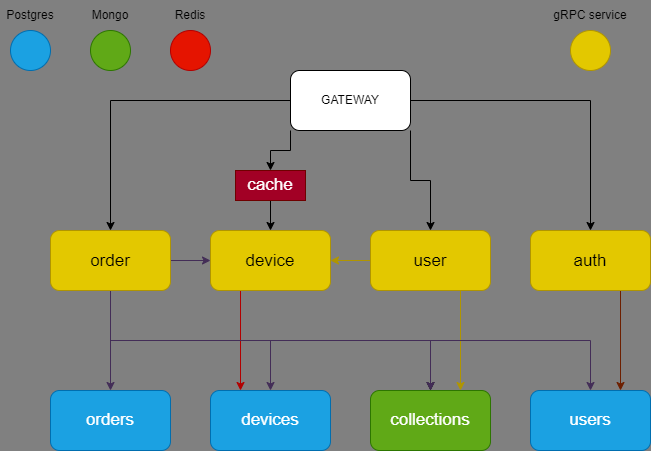
This is docs/schema.png from alserov/device-shop, a draw.io export, as it was before one commit. Source tidied: cells renumbered, new cells last; positions are measured from the earlier drawing's top-left corner, leaving out a move shared by most shapes.
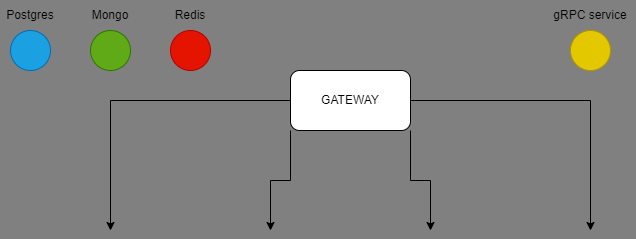
Above is the later version.

Diff of the diagram source:
```diff
@@ -2,17 +2,25 @@
   <root>
     <mxCell id="0" />
     <mxCell id="1" parent="0" />
-    <mxCell id="2" style="edgeStyle=orthogonalEdgeStyle;rounded=0;jettySize=auto;html=1;exitX=0;exitY=0.5;exitDx=0;exitDy=0;entryX=0.5;entryY=0;entryDx=0;entryDy=0;fontSize=17;" parent="1" edge="1" source="6" target="28">
-      <mxGeometry relative="1" as="geometry" />
+    <mxCell id="2" style="edgeStyle=orthogonalEdgeStyle;rounded=0;jettySize=auto;html=1;exitX=0;exitY=0.5;exitDx=0;exitDy=0;entryX=0.5;entryY=0;entryDx=0;entryDy=0;fontSize=17;" parent="1" edge="1" source="6">
+      <mxGeometry relative="1" as="geometry">
+        <mxPoint x="110" y="230" as="targetPoint" />
+      </mxGeometry>
     </mxCell>
-    <mxCell id="3" style="edgeStyle=orthogonalEdgeStyle;rounded=0;jettySize=auto;html=1;exitX=1;exitY=1;exitDx=0;exitDy=0;entryX=0.5;entryY=0;entryDx=0;entryDy=0;fontSize=17;" parent="1" edge="1" source="6" target="19">
-      <mxGeometry relative="1" as="geometry" />
+    <mxCell id="3" style="edgeStyle=orthogonalEdgeStyle;rounded=0;jettySize=auto;html=1;exitX=1;exitY=1;exitDx=0;exitDy=0;entryX=0.5;entryY=0;entryDx=0;entryDy=0;fontSize=17;" parent="1" edge="1" source="6">
+      <mxGeometry relative="1" as="geometry">
+        <mxPoint x="430" y="230" as="targetPoint" />
+      </mxGeometry>
     </mxCell>
-    <mxCell id="4" style="edgeStyle=orthogonalEdgeStyle;rounded=0;jettySize=auto;html=1;exitX=1;exitY=0.5;exitDx=0;exitDy=0;entryX=0.5;entryY=0;entryDx=0;entryDy=0;fontSize=17;" parent="1" edge="1" source="6" target="16">
-      <mxGeometry relative="1" as="geometry" />
+    <mxCell id="4" style="edgeStyle=orthogonalEdgeStyle;rounded=0;jettySize=auto;html=1;exitX=1;exitY=0.5;exitDx=0;exitDy=0;entryX=0.5;entryY=0;entryDx=0;entryDy=0;fontSize=17;" parent="1" edge="1" source="6">
+      <mxGeometry relative="1" as="geometry">
+        <mxPoint x="590" y="230" as="targetPoint" />
+      </mxGeometry>
     </mxCell>
-    <mxCell id="5" style="edgeStyle=orthogonalEdgeStyle;rounded=0;jettySize=auto;html=1;exitX=0;exitY=1;exitDx=0;exitDy=0;entryX=0.5;entryY=0;entryDx=0;entryDy=0;fontSize=17;" parent="1" edge="1" source="6" target="34">
-      <mxGeometry relative="1" as="geometry" />
+    <mxCell id="5" style="edgeStyle=orthogonalEdgeStyle;rounded=0;jettySize=auto;html=1;exitX=0;exitY=1;exitDx=0;exitDy=0;fontSize=17;" parent="1" edge="1" source="6">
+      <mxGeometry relative="1" as="geometry">
+        <mxPoint x="270" y="230" as="targetPoint" />
+      </mxGeometry>
     </mxCell>
     <mxCell id="6" value="GATEWAY" style="rounded=1;whiteSpace=wrap;html=1;" parent="1" vertex="1">
       <mxGeometry x="290" y="70" width="120" height="60" as="geometry" />
@@ -41,65 +49,5 @@
     <mxCell id="14" value="gRPC service" style="text;html=1;strokeColor=none;fillColor=none;align=center;verticalAlign=middle;whiteSpace=wrap;rounded=0;" parent="1" vertex="1">
       <mxGeometry x="545" width="90" height="30" as="geometry" />
     </mxCell>
-    <mxCell id="15" style="edgeStyle=orthogonalEdgeStyle;rounded=0;jettySize=auto;html=1;exitX=0.75;exitY=1;exitDx=0;exitDy=0;entryX=0.75;entryY=0;entryDx=0;entryDy=0;fontSize=17;fillColor=#a0522d;strokeColor=#6D1F00;" parent="1" edge="1" source="16" target="32">
-      <mxGeometry relative="1" as="geometry" />
-    </mxCell>
-    <mxCell id="16" value="&lt;h2&gt;&lt;span style=&quot;font-weight: normal;&quot;&gt;&lt;font style=&quot;font-size: 17px;&quot;&gt;auth&lt;/font&gt;&lt;/span&gt;&lt;/h2&gt;" style="rounded=1;whiteSpace=wrap;html=1;fillColor=#e3c800;fontColor=#000000;strokeColor=#B09500;align=center;" parent="1" vertex="1">
-      <mxGeometry x="530" y="230" width="120" height="60" as="geometry" />
-    </mxCell>
-    <mxCell id="17" style="edgeStyle=orthogonalEdgeStyle;rounded=0;jettySize=auto;html=1;exitX=0.75;exitY=1;exitDx=0;exitDy=0;entryX=0.75;entryY=0;entryDx=0;entryDy=0;fontSize=17;fillColor=#e3c800;strokeColor=#B09500;" parent="1" edge="1" source="19" target="31">
-      <mxGeometry relative="1" as="geometry" />
-    </mxCell>
-    <mxCell id="18" style="edgeStyle=orthogonalEdgeStyle;rounded=0;jettySize=auto;html=1;exitX=0;exitY=0.5;exitDx=0;exitDy=0;entryX=1;entryY=0.5;entryDx=0;entryDy=0;fillColor=#e3c800;strokeColor=#B09500;" parent="1" edge="1" source="19" target="21">
-      <mxGeometry relative="1" as="geometry" />
-    </mxCell>
-    <mxCell id="19" value="&lt;h2&gt;&lt;span style=&quot;font-size: 17px; font-weight: 400;&quot;&gt;user&lt;/span&gt;&lt;/h2&gt;" style="rounded=1;whiteSpace=wrap;html=1;fillColor=#e3c800;fontColor=#000000;strokeColor=#B09500;align=center;" parent="1" vertex="1">
-      <mxGeometry x="370" y="230" width="120" height="60" as="geometry" />
-    </mxCell>
-    <mxCell id="20" style="edgeStyle=orthogonalEdgeStyle;rounded=0;jettySize=auto;html=1;exitX=0.25;exitY=1;exitDx=0;exitDy=0;entryX=0.25;entryY=0;entryDx=0;entryDy=0;fontSize=17;fillColor=#e51400;strokeColor=#B20000;" parent="1" edge="1" source="21" target="30">
-      <mxGeometry relative="1" as="geometry" />
-    </mxCell>
-    <mxCell id="21" value="&lt;h2&gt;&lt;span style=&quot;font-size: 17px; font-weight: 400;&quot;&gt;device&lt;/span&gt;&lt;/h2&gt;" style="rounded=1;whiteSpace=wrap;html=1;fillColor=#e3c800;fontColor=#000000;strokeColor=#B09500;align=center;" parent="1" vertex="1">
-      <mxGeometry x="210" y="230" width="120" height="60" as="geometry" />
-    </mxCell>
-    <mxCell id="22" style="edgeStyle=orthogonalEdgeStyle;rounded=0;jettySize=auto;html=1;exitX=0.5;exitY=1;exitDx=0;exitDy=0;entryX=0.5;entryY=0;entryDx=0;entryDy=0;fontSize=17;fillColor=#76608a;strokeColor=#432D57;" parent="1" edge="1" source="28" target="29">
-      <mxGeometry relative="1" as="geometry" />
-    </mxCell>
-    <mxCell id="23" style="edgeStyle=orthogonalEdgeStyle;rounded=0;jettySize=auto;html=1;exitX=0.5;exitY=1;exitDx=0;exitDy=0;entryX=0.5;entryY=0;entryDx=0;entryDy=0;fontSize=17;fillColor=#76608a;strokeColor=#432D57;" parent="1" edge="1" source="28" target="30">
-      <mxGeometry relative="1" as="geometry" />
-    </mxCell>
-    <mxCell id="24" style="edgeStyle=orthogonalEdgeStyle;rounded=0;jettySize=auto;html=1;exitX=0.5;exitY=1;exitDx=0;exitDy=0;entryX=0.5;entryY=0;entryDx=0;entryDy=0;fontSize=17;" parent="1" edge="1" source="28" target="31">
-      <mxGeometry relative="1" as="geometry" />
-    </mxCell>
-    <mxCell id="25" style="edgeStyle=orthogonalEdgeStyle;rounded=0;jettySize=auto;html=1;exitX=0.5;exitY=1;exitDx=0;exitDy=0;entryX=0.5;entryY=0;entryDx=0;entryDy=0;fontSize=17;fillColor=#76608a;strokeColor=#432D57;" parent="1" edge="1" source="28" target="31">
-      <mxGeometry relative="1" as="geometry" />
-    </mxCell>
-    <mxCell id="26" style="edgeStyle=orthogonalEdgeStyle;rounded=0;jettySize=auto;html=1;exitX=0.5;exitY=1;exitDx=0;exitDy=0;entryX=0.5;entryY=0;entryDx=0;entryDy=0;fontSize=17;fillColor=#76608a;strokeColor=#432D57;" parent="1" edge="1" source="28" target="32">
-      <mxGeometry relative="1" as="geometry" />
-    </mxCell>
-    <mxCell id="27" style="edgeStyle=orthogonalEdgeStyle;rounded=0;jettySize=auto;html=1;exitX=1;exitY=0.5;exitDx=0;exitDy=0;entryX=0;entryY=0.5;entryDx=0;entryDy=0;fillColor=#647687;strokeColor=#432D57;" parent="1" edge="1" source="28" target="21">
-      <mxGeometry relative="1" as="geometry" />
-    </mxCell>
-    <mxCell id="28" value="&lt;h2&gt;&lt;span style=&quot;font-weight: normal;&quot;&gt;&lt;font style=&quot;font-size: 17px;&quot;&gt;order&lt;/font&gt;&lt;/span&gt;&lt;/h2&gt;" style="rounded=1;whiteSpace=wrap;html=1;fillColor=#e3c800;fontColor=#000000;strokeColor=#B09500;align=center;" parent="1" vertex="1">
-      <mxGeometry x="50" y="230" width="120" height="60" as="geometry" />
-    </mxCell>
-    <mxCell id="29" value="orders" style="rounded=1;whiteSpace=wrap;html=1;fontSize=17;fillColor=#1ba1e2;fontColor=#ffffff;strokeColor=#006EAF;" parent="1" vertex="1">
-      <mxGeometry x="50" y="390" width="120" height="60" as="geometry" />
-    </mxCell>
-    <mxCell id="30" value="devices" style="rounded=1;whiteSpace=wrap;html=1;fontSize=17;fillColor=#1ba1e2;fontColor=#ffffff;strokeColor=#006EAF;" parent="1" vertex="1">
-      <mxGeometry x="210" y="390" width="120" height="60" as="geometry" />
-    </mxCell>
-    <mxCell id="31" value="collections" style="rounded=1;whiteSpace=wrap;html=1;fontSize=17;fillColor=#60a917;fontColor=#ffffff;strokeColor=#2D7600;" parent="1" vertex="1">
-      <mxGeometry x="370" y="390" width="120" height="60" as="geometry" />
-    </mxCell>
-    <mxCell id="32" value="users" style="rounded=1;whiteSpace=wrap;html=1;fontSize=17;fillColor=#1ba1e2;fontColor=#ffffff;strokeColor=#006EAF;" parent="1" vertex="1">
-      <mxGeometry x="530" y="390" width="120" height="60" as="geometry" />
-    </mxCell>
-    <mxCell id="33" style="edgeStyle=orthogonalEdgeStyle;rounded=0;jettySize=auto;html=1;exitX=0.5;exitY=1;exitDx=0;exitDy=0;entryX=0.5;entryY=0;entryDx=0;entryDy=0;fontSize=17;" parent="1" edge="1" source="34" target="21">
-      <mxGeometry relative="1" as="geometry" />
-    </mxCell>
-    <mxCell id="34" value="cache" style="rounded=0;whiteSpace=wrap;html=1;fontSize=17;fillColor=#a20025;fontColor=#ffffff;strokeColor=#6F0000;" parent="1" vertex="1">
-      <mxGeometry x="235" y="170" width="70" height="30" as="geometry" />
-    </mxCell>
   </root>
 </mxGraphModel>
```
